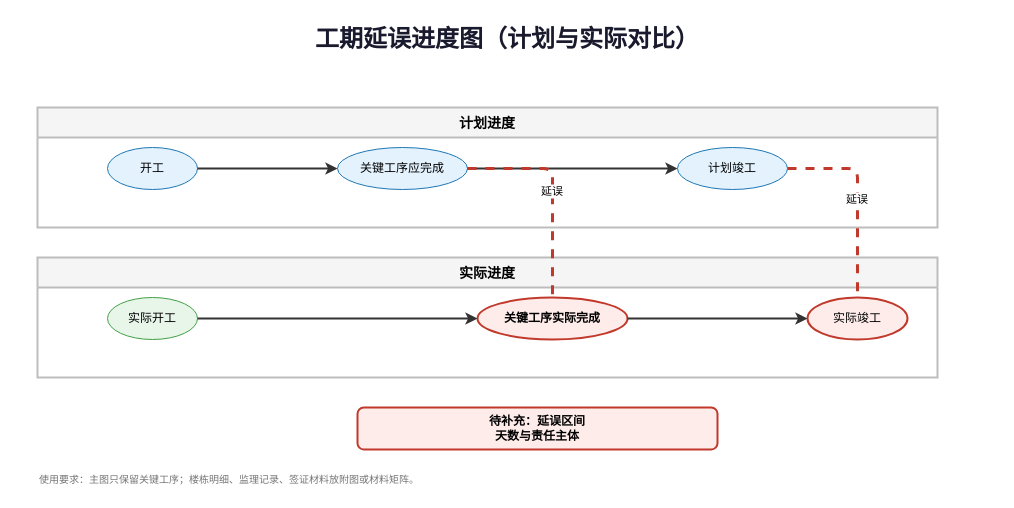
This is skills/legal-visualization/templates/litigation/construction-delay-progress.drawio from Verchiel666/legal-skills, a draw.io file, before an edit. Source tidied: cells renumbered, new cells numbered last; positions are measured from the earlier drawing's top-left corner, leaving out a move shared by most shapes. Both pictures are drawn from the tidied source at 100%, with x=0, y=0 at pixel (17, 17).
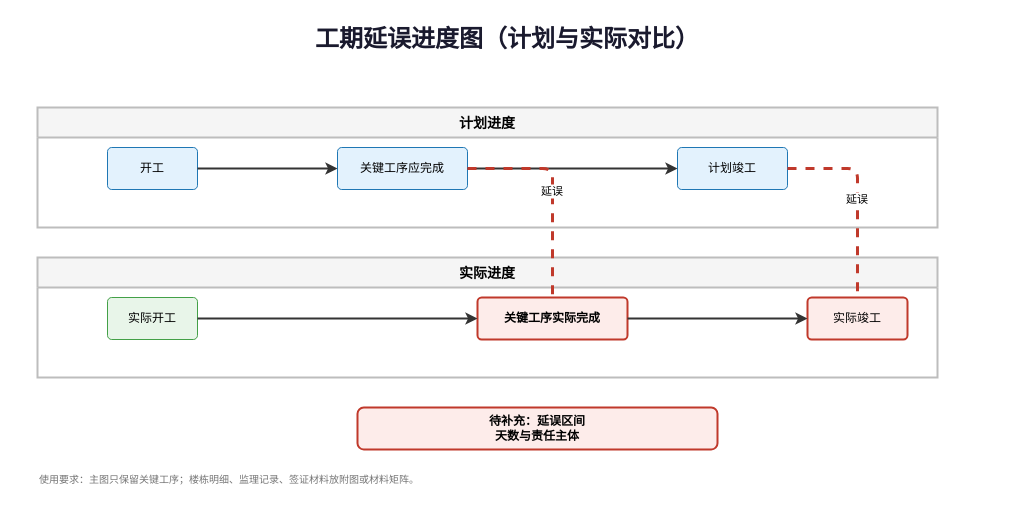
Above is the later version.

Change to the diagram source:
```diff
@@
 <mxGraphModel>
   <root>
     <mxCell id="0" />
     <mxCell id="1" parent="0" />
     <mxCell id="2" value="工期延误进度图（计划与实际对比）" style="text;fontSize=24;fontStyle=1;align=center;fillColor=none;strokeColor=none;fontColor=#1a1a2e;" parent="1" vertex="1">
       <mxGeometry width="980" height="40" as="geometry" />
     </mxCell>
     <mxCell id="3" value="计划进度" style="swimlane;startSize=30;fillColor=#F5F5F5;strokeColor=#BDBDBD;strokeWidth=2;fontSize=14;fontStyle=1;" parent="1" vertex="1">
       <mxGeometry x="20" y="90" width="900" height="120" as="geometry" />
     </mxCell>
     <mxCell id="4" value="实际进度" style="swimlane;startSize=30;fillColor=#F5F5F5;strokeColor=#BDBDBD;strokeWidth=2;fontSize=14;fontStyle=1;" parent="1" vertex="1">
       <mxGeometry x="20" y="240" width="900" height="120" as="geometry" />
     </mxCell>
-    <mxCell id="5" value="开工" style="ellipse;whiteSpace=wrap;fillColor=#E3F2FD;strokeColor=#1f77b4;fontSize=12;" parent="1" vertex="1">
+    <mxCell id="5" value="开工" style="rounded=1;arcSize=10;whiteSpace=wrap;fillColor=#E3F2FD;strokeColor=#1f77b4;fontSize=12;" parent="1" vertex="1">
       <mxGeometry x="90" y="130" width="90" height="42" as="geometry" />
     </mxCell>
-    <mxCell id="6" value="关键工序应完成" style="ellipse;whiteSpace=wrap;fillColor=#E3F2FD;strokeColor=#1f77b4;fontSize=12;" parent="1" vertex="1">
+    <mxCell id="6" value="关键工序应完成" style="rounded=1;arcSize=10;whiteSpace=wrap;fillColor=#E3F2FD;strokeColor=#1f77b4;fontSize=12;" parent="1" vertex="1">
       <mxGeometry x="320" y="130" width="130" height="42" as="geometry" />
     </mxCell>
-    <mxCell id="7" value="计划竣工" style="ellipse;whiteSpace=wrap;fillColor=#E3F2FD;strokeColor=#1f77b4;fontSize=12;" parent="1" vertex="1">
+    <mxCell id="7" value="计划竣工" style="rounded=1;arcSize=10;whiteSpace=wrap;fillColor=#E3F2FD;strokeColor=#1f77b4;fontSize=12;" parent="1" vertex="1">
       <mxGeometry x="660" y="130" width="110" height="42" as="geometry" />
     </mxCell>
-    <mxCell id="8" value="实际开工" style="ellipse;whiteSpace=wrap;fillColor=#E8F5E9;strokeColor=#43A047;fontSize=12;" parent="1" vertex="1">
+    <mxCell id="8" value="实际开工" style="rounded=1;arcSize=10;whiteSpace=wrap;fillColor=#E8F5E9;strokeColor=#43A047;fontSize=12;" parent="1" vertex="1">
       <mxGeometry x="90" y="280" width="90" height="42" as="geometry" />
     </mxCell>
-    <mxCell id="9" value="关键工序实际完成" style="ellipse;whiteSpace=wrap;fillColor=#FDECEA;strokeColor=#C0392B;strokeWidth=2;fontSize=12;fontStyle=1;" parent="1" vertex="1">
+    <mxCell id="9" value="关键工序实际完成" style="rounded=1;arcSize=10;whiteSpace=wrap;fillColor=#FDECEA;strokeColor=#C0392B;strokeWidth=2;fontSize=12;fontStyle=1;" parent="1" vertex="1">
       <mxGeometry x="460" y="280" width="150" height="42" as="geometry" />
     </mxCell>
-    <mxCell id="10" value="实际竣工" style="ellipse;whiteSpace=wrap;fillColor=#FDECEA;strokeColor=#C0392B;strokeWidth=2;fontSize=12;" parent="1" vertex="1">
+    <mxCell id="10" value="实际竣工" style="rounded=1;arcSize=10;whiteSpace=wrap;fillColor=#FDECEA;strokeColor=#C0392B;strokeWidth=2;fontSize=12;" parent="1" vertex="1">
       <mxGeometry x="790" y="280" width="100" height="42" as="geometry" />
     </mxCell>
     <mxCell id="11" value="待补充：延误区间&#10;天数与责任主体" style="rounded=1;whiteSpace=wrap;fillColor=#FDECEA;strokeColor=#C0392B;strokeWidth=2;fontSize=12;fontStyle=1;" parent="1" vertex="1">
       <mxGeometry x="340" y="390" width="360" height="42" as="geometry" />
     </mxCell>
     <mxCell id="12" style="endArrow=classic;strokeWidth=2;strokeColor=#333333;edgeStyle=orthogonalEdgeStyle;" parent="1" edge="1" source="5" target="6">
       <mxGeometry relative="1" as="geometry" />
     </mxCell>
     <mxCell id="13" style="endArrow=classic;strokeWidth=2;strokeColor=#333333;edgeStyle=orthogonalEdgeStyle;" parent="1" edge="1" source="6" target="7">
       <mxGeometry relative="1" as="geometry" />
     </mxCell>
     <mxCell id="14" style="endArrow=classic;strokeWidth=2;strokeColor=#333333;edgeStyle=orthogonalEdgeStyle;" parent="1" edge="1" source="8" target="9">
       <mxGeometry relative="1" as="geometry" />
     </mxCell>
     <mxCell id="15" style="endArrow=classic;strokeWidth=2;strokeColor=#333333;edgeStyle=orthogonalEdgeStyle;" parent="1" edge="1" source="9" target="10">
       <mxGeometry relative="1" as="geometry" />
     </mxCell>
     <mxCell id="16" value="延误" style="endArrow=none;dashed=1;strokeWidth=3;strokeColor=#C0392B;edgeStyle=orthogonalEdgeStyle;" parent="1" edge="1" source="6" target="9">
       <mxGeometry relative="1" as="geometry" />
     </mxCell>
     <mxCell id="17" value="延误" style="endArrow=none;dashed=1;strokeWidth=3;strokeColor=#C0392B;edgeStyle=orthogonalEdgeStyle;" parent="1" edge="1" source="7" target="10">
       <mxGeometry relative="1" as="geometry" />
     </mxCell>
     <mxCell id="18" value="使用要求：主图只保留关键工序；楼栋明细、监理记录、签证材料放附图或材料矩阵。" style="text;fontSize=10;align=left;fillColor=none;strokeColor=none;fontColor=#757575;" parent="1" vertex="1">
       <mxGeometry x="20" y="450" width="760" height="24" as="geometry" />
     </mxCell>
   </root>
 </mxGraphModel>
```
